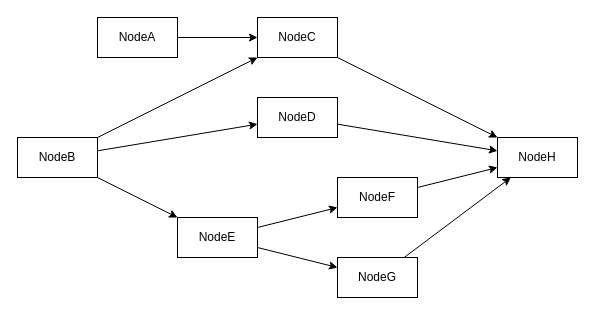
Earlier version of the draw.io diagram page "chain-dag" (6 of 8) of docs/source/coframework.drawio (feng1st/coframework). Source tidied: cells renumbered, new cells numbered last; positions are measured from the earlier drawing's top-left corner, leaving out a move shared by most shapes. Both pictures are drawn from the tidied source at 100%, with x=0, y=0 at pixel (17, 17).
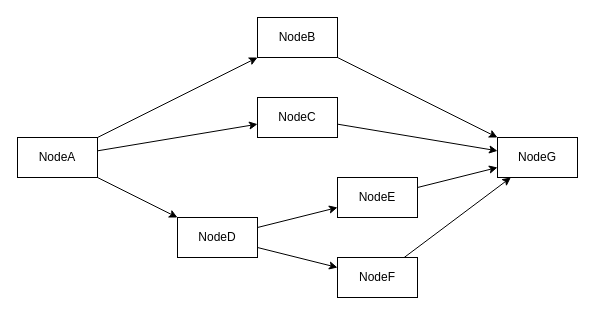
The same page after the edit.

Change to the diagram source:
```diff
@@
 <mxGraphModel>
   <root>
     <mxCell id="0" />
     <mxCell id="1" parent="0" />
-    <mxCell id="2" value="NodeA" style="rounded=0;whiteSpace=wrap;html=1;" parent="1" vertex="1">
-      <mxGeometry x="80" width="80" height="40" as="geometry" />
-    </mxCell>
-    <mxCell id="3" value="NodeB" style="rounded=0;whiteSpace=wrap;html=1;" parent="1" vertex="1">
+    <mxCell id="3" value="NodeA" style="rounded=0;whiteSpace=wrap;html=1;" parent="1" vertex="1">
       <mxGeometry y="120" width="80" height="40" as="geometry" />
     </mxCell>
-    <mxCell id="4" value="NodeC" style="rounded=0;whiteSpace=wrap;html=1;" parent="1" vertex="1">
+    <mxCell id="4" value="NodeB" style="rounded=0;whiteSpace=wrap;html=1;" parent="1" vertex="1">
       <mxGeometry x="240" width="80" height="40" as="geometry" />
     </mxCell>
-    <mxCell id="5" value="NodeD" style="rounded=0;whiteSpace=wrap;html=1;" parent="1" vertex="1">
+    <mxCell id="5" value="NodeC" style="rounded=0;whiteSpace=wrap;html=1;" parent="1" vertex="1">
       <mxGeometry x="240" y="80" width="80" height="40" as="geometry" />
     </mxCell>
-    <mxCell id="6" value="NodeE" style="rounded=0;whiteSpace=wrap;html=1;" parent="1" vertex="1">
+    <mxCell id="6" value="NodeD" style="rounded=0;whiteSpace=wrap;html=1;" parent="1" vertex="1">
       <mxGeometry x="160" y="200" width="80" height="40" as="geometry" />
     </mxCell>
-    <mxCell id="7" value="NodeF" style="rounded=0;whiteSpace=wrap;html=1;" parent="1" vertex="1">
+    <mxCell id="7" value="NodeE" style="rounded=0;whiteSpace=wrap;html=1;" parent="1" vertex="1">
       <mxGeometry x="320" y="160" width="80" height="40" as="geometry" />
     </mxCell>
-    <mxCell id="8" value="NodeG" style="rounded=0;whiteSpace=wrap;html=1;" parent="1" vertex="1">
+    <mxCell id="8" value="NodeF" style="rounded=0;whiteSpace=wrap;html=1;" parent="1" vertex="1">
       <mxGeometry x="320" y="240" width="80" height="40" as="geometry" />
     </mxCell>
-    <mxCell id="9" value="NodeH" style="rounded=0;whiteSpace=wrap;html=1;" parent="1" vertex="1">
+    <mxCell id="9" value="NodeG" style="rounded=0;whiteSpace=wrap;html=1;" parent="1" vertex="1">
       <mxGeometry x="480" y="120" width="80" height="40" as="geometry" />
     </mxCell>
-    <mxCell id="10" style="edgeStyle=none;jettySize=auto;html=1;rounded=0;" parent="1" edge="1" source="2" target="4">
-      <mxGeometry relative="1" as="geometry" />
-    </mxCell>
     <mxCell id="11" style="edgeStyle=none;jettySize=auto;html=1;rounded=0;" parent="1" edge="1" source="3" target="4">
       <mxGeometry relative="1" as="geometry" />
     </mxCell>
     <mxCell id="12" style="edgeStyle=none;jettySize=auto;html=1;rounded=0;" parent="1" edge="1" source="3" target="5">
       <mxGeometry relative="1" as="geometry" />
     </mxCell>
     <mxCell id="13" style="edgeStyle=none;jettySize=auto;html=1;rounded=0;" parent="1" edge="1" source="3" target="6">
       <mxGeometry relative="1" as="geometry" />
     </mxCell>
     <mxCell id="14" style="edgeStyle=none;jettySize=auto;html=1;rounded=0;" parent="1" edge="1" source="6" target="7">
       <mxGeometry relative="1" as="geometry" />
     </mxCell>
     <mxCell id="15" style="edgeStyle=none;jettySize=auto;html=1;rounded=0;" parent="1" edge="1" source="6" target="8">
       <mxGeometry relative="1" as="geometry" />
     </mxCell>
     <mxCell id="16" style="edgeStyle=none;jettySize=auto;html=1;rounded=0;" parent="1" edge="1" source="4" target="9">
       <mxGeometry relative="1" as="geometry" />
     </mxCell>
     <mxCell id="17" style="edgeStyle=none;jettySize=auto;html=1;rounded=0;" parent="1" edge="1" source="5" target="9">
       <mxGeometry relative="1" as="geometry" />
     </mxCell>
     <mxCell id="18" style="edgeStyle=none;jettySize=auto;html=1;rounded=0;" parent="1" edge="1" source="7" target="9">
       <mxGeometry relative="1" as="geometry" />
     </mxCell>
     <mxCell id="19" style="edgeStyle=none;jettySize=auto;html=1;rounded=0;" parent="1" edge="1" source="8" target="9">
       <mxGeometry relative="1" as="geometry" />
     </mxCell>
   </root>
 </mxGraphModel>
```
